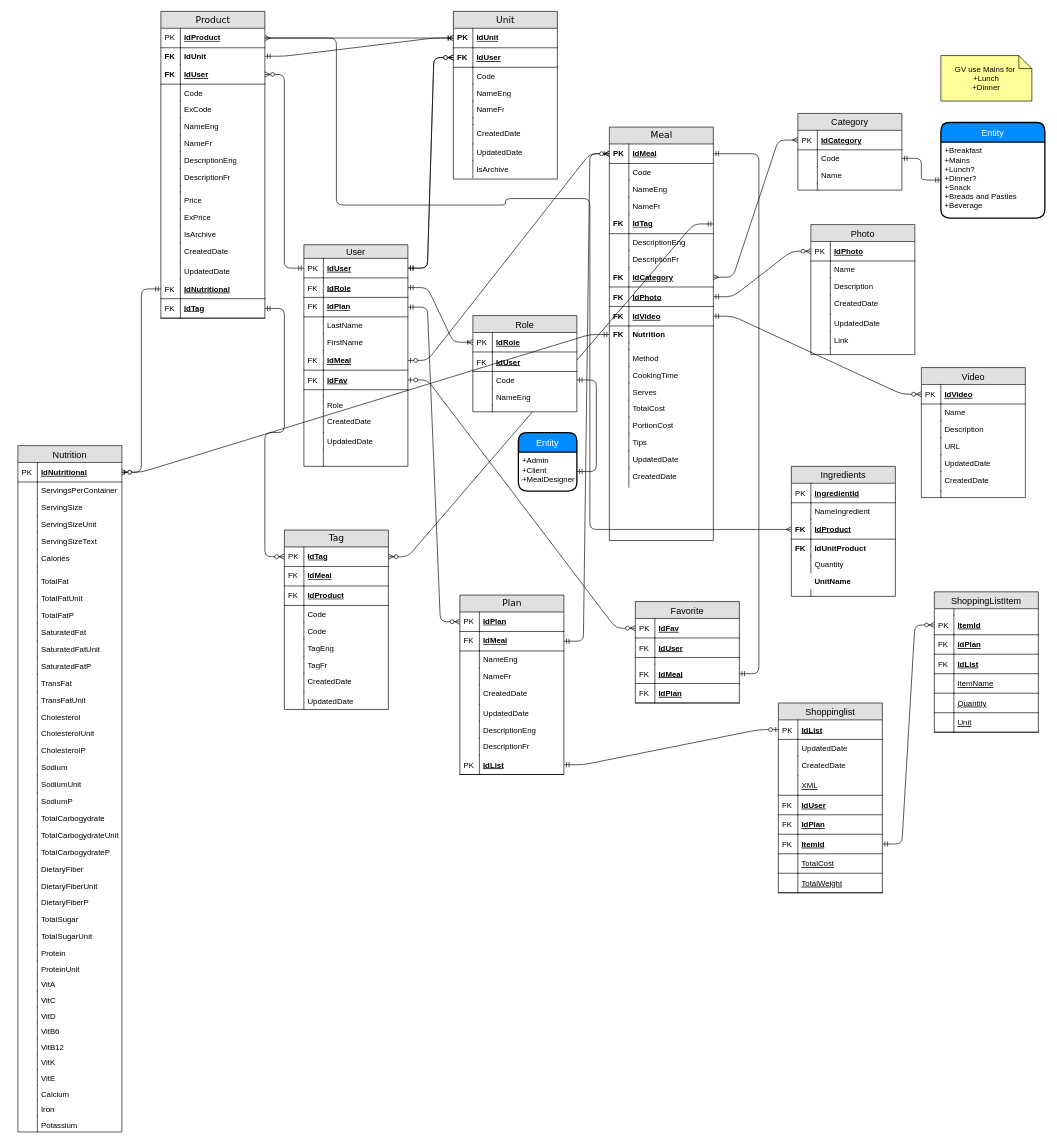
Above: MealPlannerErDiagram.drawio in ElvinaCherepovich/MP_CivicTech (draw.io), before the change. Source tidied: cells renumbered, new cells numbered last; positions are measured from the earlier drawing's top-left corner, leaving out a move shared by most shapes. Both pictures are drawn from the tidied source at 65%, with x=0, y=0 at pixel (18, 11).
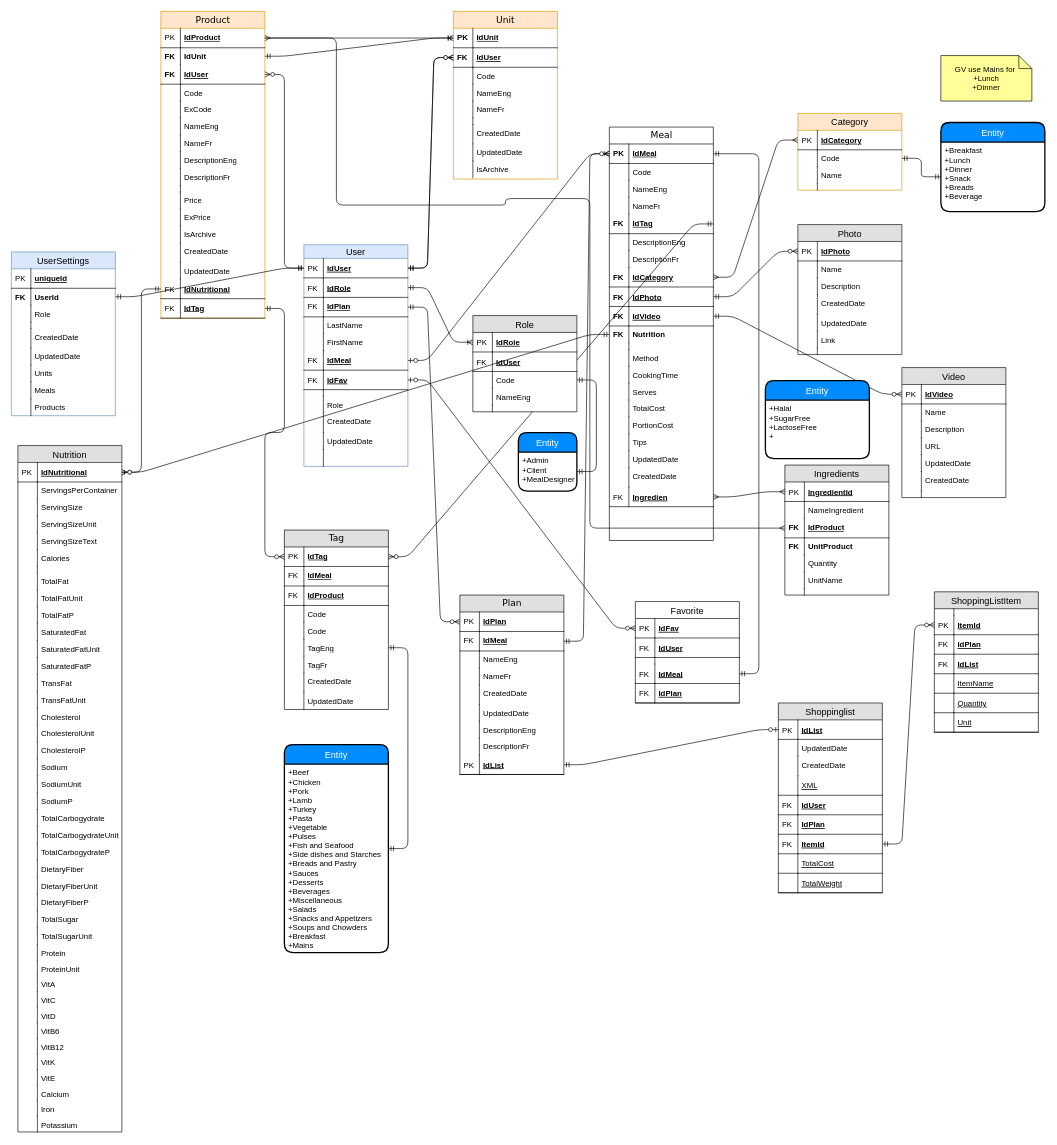
Above is the later version.

The change refers to these unchanged cells:
```xml
<mxCell id="89" value="TagEng" style="shape=partialRectangle;top=0;left=0;right=0;bottom=0;html=1;align=left;verticalAlign=top;fillColor=none;spacingLeft=34;spacingRight=4;whiteSpace=wrap;overflow=hidden;points=[[0,0.5],[1,0.5]];portConstraint=eastwest;" parent="78" vertex="1">
  <mxGeometry y="168" width="160" height="26" as="geometry" />
</mxCell>
<mxCell id="119" value="IdUser" style="shape=partialRectangle;top=0;left=0;right=0;bottom=1;align=left;verticalAlign=middle;fillColor=none;spacingLeft=34;spacingRight=4;overflow=hidden;points=[[0,0.5],[1,0.5]];portConstraint=eastwest;fontStyle=5;fontSize=12;" parent="118" vertex="1">
  <mxGeometry y="21" width="160" height="30" as="geometry" />
</mxCell>
<mxCell id="367" value="IngredientId" style="shape=partialRectangle;top=0;left=0;right=0;bottom=1;align=left;verticalAlign=middle;fillColor=none;spacingLeft=34;spacingRight=4;overflow=hidden;points=[[0,0.5],[1,0.5]];portConstraint=eastwest;fontStyle=5;fontSize=12;" parent="366" vertex="1">
  <mxGeometry y="26" width="160" height="30" as="geometry" />
</mxCell>
```

Change to the diagram source:
```diff
@@
-    <mxCell id="2" value="Meal" style="swimlane;html=1;fontStyle=0;horizontal=1;startSize=26;fillColor=#e0e0e0;swimlaneFillColor=#ffffff;align=center;rounded=0;shadow=0;comic=0;labelBackgroundColor=none;strokeWidth=1;fontFamily=Verdana;fontSize=14;swimlaneLine=1;" parent="1" vertex="1">
+    <mxCell id="2" value="Meal" style="swimlane;html=1;fontStyle=0;horizontal=1;startSize=26;swimlaneFillColor=#ffffff;align=center;rounded=0;shadow=0;comic=0;labelBackgroundColor=none;strokeWidth=1;fontFamily=Verdana;fontSize=14;swimlaneLine=1;" parent="1" vertex="1">
       <mxGeometry x="910" y="178" width="160" height="636" as="geometry" />
     </mxCell>
@@
+    <mxCell id="380" value="Ingredien" style="shape=partialRectangle;top=0;left=0;right=0;bottom=1;align=left;verticalAlign=middle;fillColor=none;spacingLeft=34;spacingRight=4;overflow=hidden;points=[[0,0.5],[1,0.5]];portConstraint=eastwest;fontStyle=5;fontSize=12;" parent="2" vertex="1">
+      <mxGeometry y="554" width="160" height="30" as="geometry" />
+    </mxCell>
+    <mxCell id="381" value="FK" style="shape=partialRectangle;top=0;left=0;bottom=0;fillColor=none;align=left;verticalAlign=middle;spacingLeft=4;spacingRight=4;overflow=hidden;fontSize=12;" parent="380" vertex="1">
+      <mxGeometry width="30" height="30" as="geometry" />
+    </mxCell>
-    <mxCell id="43" value="Product" style="swimlane;html=1;fontStyle=0;horizontal=1;startSize=26;fillColor=#e0e0e0;swimlaneFillColor=#ffffff;align=center;rounded=0;shadow=0;comic=0;labelBackgroundColor=none;strokeWidth=1;fontFamily=Verdana;fontSize=14;" parent="1" vertex="1">
+    <mxCell id="43" value="Product" style="swimlane;html=1;fontStyle=0;horizontal=1;startSize=26;fillColor=#ffe6cc;swimlaneFillColor=#ffffff;align=center;rounded=0;shadow=0;comic=0;labelBackgroundColor=none;strokeWidth=1;fontFamily=Verdana;fontSize=14;strokeColor=#d79b00;" parent="1" vertex="1">
       <mxGeometry x="220" width="160" height="472" as="geometry" />
     </mxCell>
@@
-    <mxCell id="98" value="Unit" style="swimlane;html=1;fontStyle=0;horizontal=1;startSize=26;fillColor=#e0e0e0;swimlaneFillColor=#ffffff;align=center;rounded=0;shadow=0;comic=0;labelBackgroundColor=none;strokeWidth=1;fontFamily=Verdana;fontSize=14;" parent="1" vertex="1">
+    <mxCell id="98" value="Unit" style="swimlane;html=1;fontStyle=0;horizontal=1;startSize=26;fillColor=#ffe6cc;swimlaneFillColor=#ffffff;align=center;rounded=0;shadow=0;comic=0;labelBackgroundColor=none;strokeWidth=1;fontFamily=Verdana;fontSize=14;strokeColor=#d79b00;" parent="1" vertex="1">
       <mxGeometry x="670" width="160" height="258" as="geometry" />
     </mxCell>
@@
-    <mxCell id="118" value="User" style="swimlane;fontStyle=0;horizontal=1;startSize=21;fillColor=#e0e0e0;swimlaneFillColor=#ffffff;align=center;fontSize=14;" parent="1" vertex="1">
+    <mxCell id="118" value="User" style="swimlane;fontStyle=0;horizontal=1;startSize=21;fillColor=#dae8fc;swimlaneFillColor=#ffffff;align=center;fontSize=14;strokeColor=#6c8ebf;" parent="1" vertex="1">
       <mxGeometry x="440" y="359" width="160" height="341" as="geometry" />
     </mxCell>
@@
-    <mxCell id="163" value="Category" style="swimlane;fontStyle=0;horizontal=1;startSize=26;fillColor=#e0e0e0;swimlaneFillColor=#ffffff;align=center;fontSize=14;" parent="1" vertex="1">
+    <mxCell id="163" value="Category" style="swimlane;fontStyle=0;horizontal=1;startSize=26;fillColor=#ffe6cc;swimlaneFillColor=#ffffff;align=center;fontSize=14;strokeColor=#d79b00;" parent="1" vertex="1">
       <mxGeometry x="1200" y="157" width="160" height="118" as="geometry" />
     </mxCell>
@@
     <mxCell id="172" value="Entity" style="swimlane;horizontal=1;startSize=30;fillColor=#008cff;fontColor=#FFFFFF;rounded=1;fontSize=14;fontStyle=0;strokeWidth=2;shadow=0;dashed=0;align=center;" parent="1" vertex="1">
-      <mxGeometry x="1420" y="171" width="160" height="147" as="geometry" />
+      <mxGeometry x="1420" y="171" width="160" height="137" as="geometry" />
     </mxCell>
-    <mxCell id="173" value="+Breakfast&#10;+Mains&#10;+Lunch?&#10;+Dinner?&#10;+Snack&#10;+Breads and Pasties&#10;+Beverage" style="align=left;strokeColor=none;fillColor=none;spacingLeft=4;fontSize=12;verticalAlign=top;" parent="172" vertex="1">
-      <mxGeometry y="30" width="160" height="117" as="geometry" />
+    <mxCell id="173" value="+Breakfast&#10;+Lunch&#10;+Dinner&#10;+Snack&#10;+Breads&#10;+Beverage" style="align=left;strokeColor=none;fillColor=none;spacingLeft=4;fontSize=12;verticalAlign=top;" parent="172" vertex="1">
+      <mxGeometry y="30" width="160" height="107" as="geometry" />
     </mxCell>
@@
     <mxCell id="178" value="Photo" style="swimlane;fontStyle=0;horizontal=1;startSize=26;fillColor=#e0e0e0;swimlaneFillColor=#ffffff;align=center;fontSize=14;strokeColor=#0A0A04;" parent="1" vertex="1">
-      <mxGeometry x="1220" y="328" width="160" height="200" as="geometry" />
+      <mxGeometry x="1200" y="328" width="160" height="200" as="geometry" />
     </mxCell>
@@
     <mxCell id="194" value="Video" style="swimlane;fontStyle=0;horizontal=1;startSize=26;fillColor=#e0e0e0;swimlaneFillColor=#ffffff;align=center;fontSize=14;strokeColor=#0A0A04;" parent="1" vertex="1">
-      <mxGeometry x="1390" y="548" width="160" height="200" as="geometry" />
+      <mxGeometry x="1360" y="548" width="160" height="200" as="geometry" />
     </mxCell>
@@
-    <mxCell id="294" value="Favorite" style="swimlane;fontStyle=0;horizontal=1;startSize=26;fillColor=#e0e0e0;swimlaneFillColor=#ffffff;align=center;fontSize=14;" parent="1" vertex="1">
+    <mxCell id="294" value="Favorite" style="swimlane;fontStyle=0;horizontal=1;startSize=26;swimlaneFillColor=#ffffff;align=center;fontSize=14;" parent="1" vertex="1">
       <mxGeometry x="950" y="908" width="160" height="156" as="geometry" />
     </mxCell>
@@
     <mxCell id="366" value="Ingredients" style="swimlane;fontStyle=0;horizontal=1;startSize=26;fillColor=#e0e0e0;swimlaneFillColor=#ffffff;align=center;fontSize=14;" parent="1" vertex="1">
-      <mxGeometry x="1190" y="700" width="160" height="200" as="geometry" />
+      <mxGeometry x="1180" y="698" width="160" height="200" as="geometry" />
     </mxCell>
@@
-    <mxCell id="373" value="IdUnitProduct" style="shape=partialRectangle;top=0;left=0;right=0;bottom=0;html=1;align=left;verticalAlign=top;fillColor=none;spacingLeft=34;spacingRight=4;whiteSpace=wrap;overflow=hidden;fontStyle=1;" parent="366" vertex="1">
+    <mxCell id="373" value="UnitProduct" style="shape=partialRectangle;top=0;left=0;right=0;bottom=0;html=1;align=left;verticalAlign=top;fillColor=none;spacingLeft=34;spacingRight=4;whiteSpace=wrap;overflow=hidden;fontStyle=1;" parent="366" vertex="1">
       <mxGeometry y="112" width="160" height="26" as="geometry" />
     </mxCell>
@@
-    <mxCell id="377" value="UnitName" style="shape=partialRectangle;top=0;left=0;right=0;bottom=0;html=1;align=left;verticalAlign=top;fillColor=none;spacingLeft=34;spacingRight=4;whiteSpace=wrap;overflow=hidden;fontStyle=1;" parent="366" vertex="1">
+    <mxCell id="377" value="UnitName" style="shape=partialRectangle;top=0;left=0;right=0;bottom=0;html=1;align=left;verticalAlign=top;fillColor=none;spacingLeft=34;spacingRight=4;whiteSpace=wrap;overflow=hidden;" parent="366" vertex="1">
       <mxGeometry y="164" width="160" height="26" as="geometry" />
     </mxCell>
+    <mxCell id="382" style="shape=partialRectangle;top=0;left=0;bottom=0;html=1;fillColor=none;align=left;verticalAlign=top;spacingLeft=4;spacingRight=4;whiteSpace=wrap;overflow=hidden;" parent="377" vertex="1">
+      <mxGeometry width="30" height="26" as="geometry" />
+    </mxCell>
@@
+    <mxCell id="383" style="edgeStyle=entityRelationEdgeStyle;fontSize=12;html=1;endArrow=ERmany;startArrow=ERmany;" parent="1" edge="1" source="380" target="367">
+      <mxGeometry relative="1" as="geometry" />
+    </mxCell>
+    <mxCell id="384" value="Entity" style="swimlane;horizontal=1;startSize=30;fillColor=#008cff;fontColor=#FFFFFF;rounded=1;fontSize=14;fontStyle=0;strokeWidth=2;shadow=0;dashed=0;align=center;" parent="1" vertex="1">
+      <mxGeometry x="1150" y="568" width="160" height="120" as="geometry" />
+    </mxCell>
+    <mxCell id="385" value="+Halal&#10;+SugarFree&#10;+LactoseFree&#10;+" style="align=left;strokeColor=none;fillColor=none;spacingLeft=4;fontSize=12;verticalAlign=top;" parent="384" vertex="1">
+      <mxGeometry y="30" width="160" height="90" as="geometry" />
+    </mxCell>
+    <mxCell id="386" value="UserSettings" style="swimlane;fontStyle=0;horizontal=1;startSize=26;fillColor=#dae8fc;swimlaneFillColor=#ffffff;align=center;fontSize=14;strokeColor=#6c8ebf;" parent="1" vertex="1">
+      <mxGeometry x="-10" y="370" width="160" height="252" as="geometry" />
+    </mxCell>
+    <mxCell id="387" value="uniqueId" style="shape=partialRectangle;top=0;left=0;right=0;bottom=1;align=left;verticalAlign=middle;fillColor=none;spacingLeft=34;spacingRight=4;overflow=hidden;fontStyle=5;fontSize=12;" parent="386" vertex="1">
+      <mxGeometry y="26" width="160" height="30" as="geometry" />
+    </mxCell>
+    <mxCell id="388" value="PK" style="shape=partialRectangle;top=0;left=0;bottom=0;fillColor=none;align=left;verticalAlign=middle;spacingLeft=4;spacingRight=4;overflow=hidden;fontSize=12;" parent="387" vertex="1">
+      <mxGeometry width="30" height="30" as="geometry" />
+    </mxCell>
+    <mxCell id="389" value="UserId" style="shape=partialRectangle;top=0;left=0;right=0;bottom=0;align=left;verticalAlign=top;fillColor=none;spacingLeft=34;spacingRight=4;overflow=hidden;points=[[0,0.5],[1,0.5]];portConstraint=eastwest;fontSize=12;fontStyle=1;" parent="386" vertex="1">
+      <mxGeometry y="56" width="160" height="26" as="geometry" />
+    </mxCell>
+    <mxCell id="390" value="FK" style="shape=partialRectangle;top=0;left=0;bottom=0;fillColor=none;align=left;verticalAlign=top;spacingLeft=4;spacingRight=4;overflow=hidden;fontSize=12;fontStyle=1;" parent="389" vertex="1">
+      <mxGeometry width="30" height="26" as="geometry" />
+    </mxCell>
+    <mxCell id="391" value="Role" style="shape=partialRectangle;top=0;left=0;right=0;bottom=0;align=left;verticalAlign=top;fillColor=none;spacingLeft=34;spacingRight=4;overflow=hidden;fontSize=12;" parent="386" vertex="1">
+      <mxGeometry y="82" width="160" height="26" as="geometry" />
+    </mxCell>
+    <mxCell id="392" style="shape=partialRectangle;top=0;left=0;bottom=0;fillColor=none;align=left;verticalAlign=top;spacingLeft=4;spacingRight=4;overflow=hidden;fontSize=12;" parent="391" vertex="1">
+      <mxGeometry width="30" height="26" as="geometry" />
+    </mxCell>
+    <mxCell id="393" style="shape=partialRectangle;top=0;left=0;right=0;bottom=0;align=left;verticalAlign=top;fillColor=none;spacingLeft=34;spacingRight=4;overflow=hidden;fontSize=12;" parent="386" vertex="1">
+      <mxGeometry y="108" width="160" height="10" as="geometry" />
+    </mxCell>
+    <mxCell id="394" style="shape=partialRectangle;top=0;left=0;bottom=0;fillColor=none;align=left;verticalAlign=top;spacingLeft=4;spacingRight=4;overflow=hidden;fontSize=12;" parent="393" vertex="1">
+      <mxGeometry width="30" height="10" as="geometry" />
+    </mxCell>
+    <mxCell id="395" value="CreatedDate" style="shape=partialRectangle;top=0;left=0;right=0;bottom=0;html=1;align=left;verticalAlign=top;fillColor=none;spacingLeft=34;spacingRight=4;whiteSpace=wrap;overflow=hidden;" parent="386" vertex="1">
+      <mxGeometry y="118" width="160" height="30" as="geometry" />
+    </mxCell>
+    <mxCell id="396" style="shape=partialRectangle;top=0;left=0;bottom=0;html=1;fillColor=none;align=left;verticalAlign=top;spacingLeft=4;spacingRight=4;whiteSpace=wrap;overflow=hidden;" parent="395" vertex="1">
+      <mxGeometry width="30" height="30" as="geometry" />
+    </mxCell>
+    <mxCell id="397" value="UpdatedDate" style="shape=partialRectangle;top=0;left=0;right=0;bottom=0;html=1;align=left;verticalAlign=top;fillColor=none;spacingLeft=34;spacingRight=4;whiteSpace=wrap;overflow=hidden;" parent="386" vertex="1">
+      <mxGeometry y="148" width="160" height="26" as="geometry" />
+    </mxCell>
+    <mxCell id="398" style="shape=partialRectangle;top=0;left=0;bottom=0;html=1;fillColor=none;align=left;verticalAlign=top;spacingLeft=4;spacingRight=4;whiteSpace=wrap;overflow=hidden;" parent="397" vertex="1">
+      <mxGeometry width="30" height="26" as="geometry" />
+    </mxCell>
+    <mxCell id="399" value="Units" style="shape=partialRectangle;top=0;left=0;right=0;bottom=0;align=left;verticalAlign=top;fillColor=none;spacingLeft=34;spacingRight=4;overflow=hidden;fontSize=12;" parent="386" vertex="1">
+      <mxGeometry y="174" width="160" height="26" as="geometry" />
+    </mxCell>
+    <mxCell id="400" style="shape=partialRectangle;top=0;left=0;bottom=0;fillColor=none;align=left;verticalAlign=top;spacingLeft=4;spacingRight=4;overflow=hidden;fontSize=12;" parent="399" vertex="1">
+      <mxGeometry width="30" height="26" as="geometry" />
+    </mxCell>
+    <mxCell id="401" value="Meals" style="shape=partialRectangle;top=0;left=0;right=0;bottom=0;align=left;verticalAlign=top;fillColor=none;spacingLeft=34;spacingRight=4;overflow=hidden;fontSize=12;" parent="386" vertex="1">
+      <mxGeometry y="200" width="160" height="26" as="geometry" />
+    </mxCell>
+    <mxCell id="402" style="shape=partialRectangle;top=0;left=0;bottom=0;fillColor=none;align=left;verticalAlign=top;spacingLeft=4;spacingRight=4;overflow=hidden;fontSize=12;" parent="401" vertex="1">
+      <mxGeometry width="30" height="26" as="geometry" />
+    </mxCell>
+    <mxCell id="403" value="Products" style="shape=partialRectangle;top=0;left=0;right=0;bottom=0;align=left;verticalAlign=top;fillColor=none;spacingLeft=34;spacingRight=4;overflow=hidden;fontSize=12;" parent="386" vertex="1">
+      <mxGeometry y="226" width="160" height="26" as="geometry" />
+    </mxCell>
+    <mxCell id="404" style="shape=partialRectangle;top=0;left=0;bottom=0;fillColor=none;align=left;verticalAlign=top;spacingLeft=4;spacingRight=4;overflow=hidden;fontSize=12;" parent="403" vertex="1">
+      <mxGeometry width="30" height="26" as="geometry" />
+    </mxCell>
+    <mxCell id="405" style="edgeStyle=entityRelationEdgeStyle;fontSize=12;html=1;endArrow=ERmandOne;startArrow=ERmandOne;" parent="1" edge="1" source="389" target="119">
+      <mxGeometry relative="1" as="geometry" />
+    </mxCell>
+    <mxCell id="406" value="Entity" style="swimlane;horizontal=1;startSize=30;fillColor=#008cff;fontColor=#FFFFFF;rounded=1;fontSize=14;fontStyle=0;strokeWidth=2;shadow=0;dashed=0;align=center;" parent="1" vertex="1">
+      <mxGeometry x="410" y="1128" width="160" height="320" as="geometry" />
+    </mxCell>
+    <mxCell id="407" value="+Beef&#10;+Chicken&#10;+Pork&#10;+Lamb&#10;+Turkey&#10;+Pasta&#10;+Vegetable &#10;+Pulses &#10;+Fish and Seafood&#10;+Side dishes and Starches&#10;+Breads and Pastry&#10;+Sauces&#10;+Desserts&#10;+Beverages&#10;+Miscellaneous&#10;+Salads&#10;+Snacks and Appetizers&#10;+Soups and Chowders&#10;+Breakfast&#10;+Mains&#10;" style="align=left;strokeColor=none;fillColor=none;spacingLeft=4;fontSize=12;verticalAlign=top;" parent="406" vertex="1">
+      <mxGeometry y="30" width="160" height="290" as="geometry" />
+    </mxCell>
+    <mxCell id="408" style="edgeStyle=entityRelationEdgeStyle;fontSize=12;html=1;endArrow=ERmandOne;startArrow=ERmandOne;" parent="1" edge="1" source="406" target="89">
+      <mxGeometry relative="1" as="geometry" />
+    </mxCell>
```
